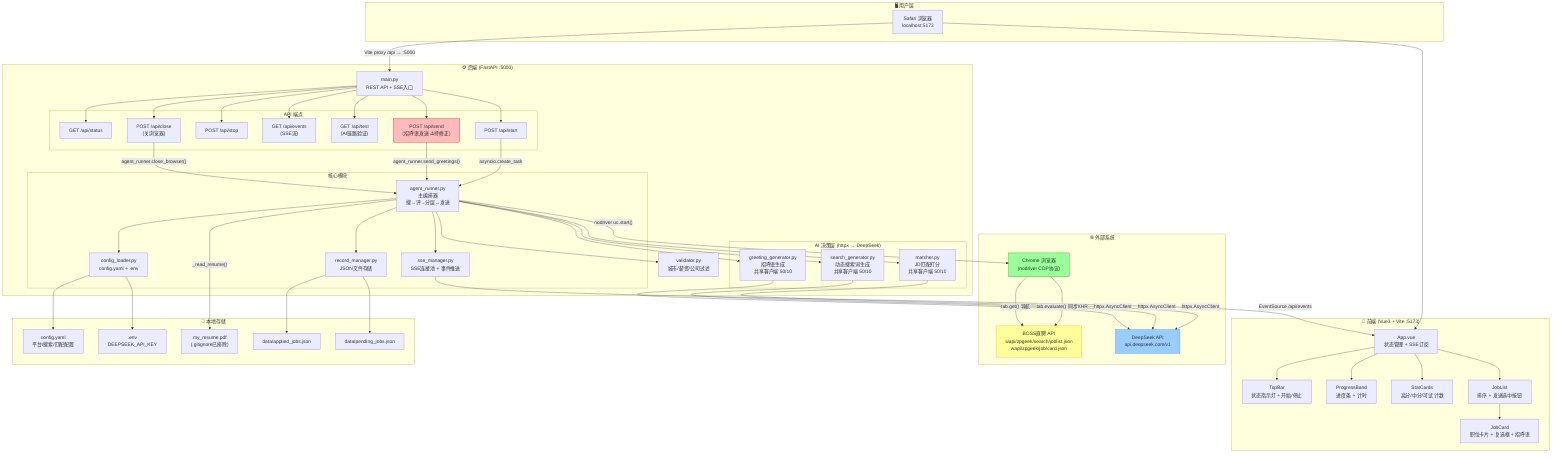
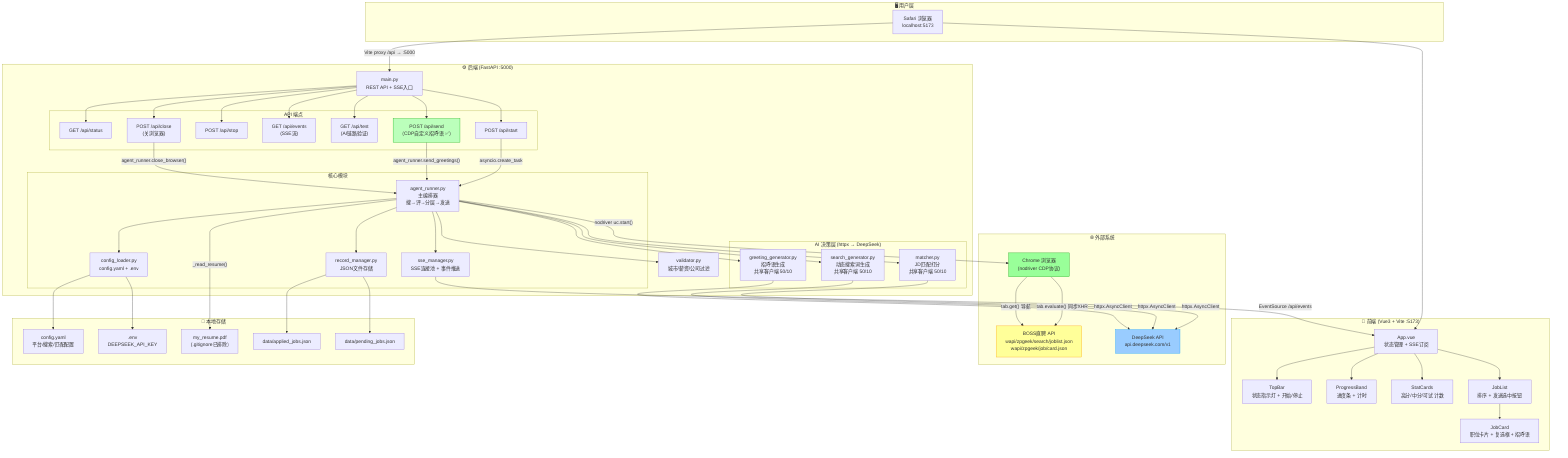
graph TB
    subgraph 用户层["🖥️ 用户层"]
        Browser["Safari 浏览器<br/>localhost:5173"]
    end

    subgraph 前端["🎨 前端 (Vue3 + Vite :5173)"]
        App["App.vue<br/>状态管理 + SSE订阅"]
        TopBar["TopBar<br/>状态指示灯 + 开始/停止"]
        ProgressBand["ProgressBand<br/>进度条 + 计时"]
        StatCards["StatCards<br/>高分/中分/可试 计数"]
        JobList["JobList<br/>排序 + 发送选中按钮"]
        JobCard["JobCard<br/>职位卡片 + 复选框 + 招呼语"]
    end

    subgraph 后端["⚙️ 后端 (FastAPI :5000)"]
        Main["main.py<br/>REST API + SSE入口"]

        subgraph API层["API 端点"]
            Status["GET /api/status"]
            Start["POST /api/start"]
            Stop["POST /api/stop"]
            Events["GET /api/events<br/>(SSE流)"]
            Test["GET /api/test<br/>(AI链路验证)"]
-             Send["POST /api/send<br/>(招呼语发送 ⚠️待修正)"]
+             Send["POST /api/send<br/>(CDP自定义招呼语 ✅)"]
            Close["POST /api/close<br/>(关浏览器)"]
        end

        subgraph 核心模块["核心模块"]
            Agent["agent_runner.py<br/>主编排器<br/>搜→评→分层→发送"]
            Config["config_loader.py<br/>config.yaml + .env"]
            SSE["sse_manager.py<br/>SSE连接池 + 事件推送"]
            Record["record_manager.py<br/>JSON文件存储"]
        end

        subgraph AI模块["AI 决策层 (httpx → DeepSeek)"]
            Matcher["matcher.py<br/>JD匹配打分<br/>共享客户端 50/10"]
            SearchGen["search_generator.py<br/>动态搜索词生成<br/>共享客户端 50/10"]
            GreetingGen["greeting_generator.py<br/>招呼语生成<br/>共享客户端 50/10"]
        end

        Validator["validator.py<br/>城市/薪资/公司过滤"]
    end

    subgraph 外部["🌐 外部系统"]
        Chrome["Chrome 浏览器<br/>(nodriver CDP协议)"]
        BossAPI["BOSS直聘 API<br/>wapi/zpgeek/search/joblist.json<br/>wapi/zpgeek/job/card.json"]
        DeepSeek["DeepSeek API<br/>api.deepseek.com/v1"]
    end

    subgraph 存储["💾 本地存储"]
        ConfigFile["config.yaml<br/>平台/搜索/匹配配置"]
        EnvFile[".env<br/>DEEPSEEK_API_KEY"]
        Resume["my_resume.pdf<br/>(.gitignore已排除)"]
        AppliedLog["data/applied_jobs.json"]
        PendingLog["data/pending_jobs.json"]
    end

    %% 前端 → 后端
    Browser -->|"Vite proxy /api → :5000"| Main
    Browser --> App
    App --> TopBar
    App --> ProgressBand
    App --> StatCards
    App --> JobList
    JobList --> JobCard

    %% 后端内部
    Main --> Status
    Main --> Start
    Main --> Stop
    Main --> Events
    Main --> Test
    Main --> Send
    Main --> Close

    Start -->|"asyncio.create_task"| Agent
    Send -->|"agent_runner.send_greetings()"| Agent
    Close -->|"agent_runner.close_browser()"| Agent

    Agent --> Config
    Agent --> SSE
    Agent --> Record
    Agent --> Matcher
    Agent --> SearchGen
    Agent --> GreetingGen
    Agent --> Validator
    Agent -->|"_read_resume()"| Resume

    Config --> ConfigFile
    Config --> EnvFile
    Record --> AppliedLog
    Record --> PendingLog

    %% Agent → 外部
    Agent -->|"nodriver uc.start()"| Chrome
    Chrome -->|"tab.evaluate() 同步XHR"| BossAPI
    Chrome -->|"tab.get() 导航"| BossAPI
    Matcher -->|"httpx.AsyncClient"| DeepSeek
    SearchGen -->|"httpx.AsyncClient"| DeepSeek
    GreetingGen -->|"httpx.AsyncClient"| DeepSeek

    %% SSE 推送回前端
    SSE -->|"EventSource /api/events"| App

-     style Send fill:#fbb,stroke:#f00
+     style Send fill:#bfb,stroke:#0a0
    style BossAPI fill:#ff9,stroke:#f90
    style Chrome fill:#9f9,stroke:#090
    style DeepSeek fill:#9cf,stroke:#09f
